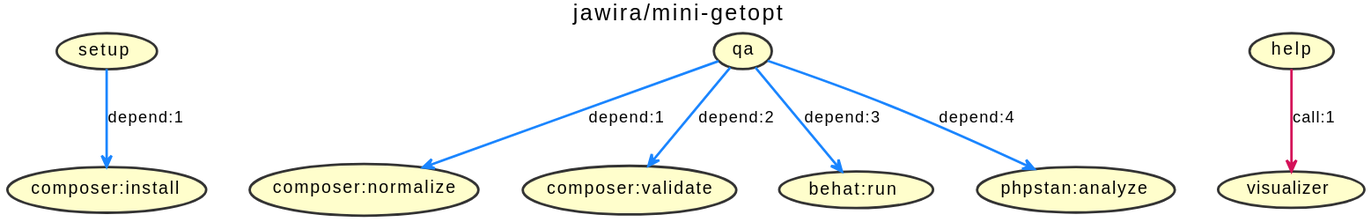
jawira/mini-getopt keeps this PlantUML diagram as build.svg. Above is the earlier version.
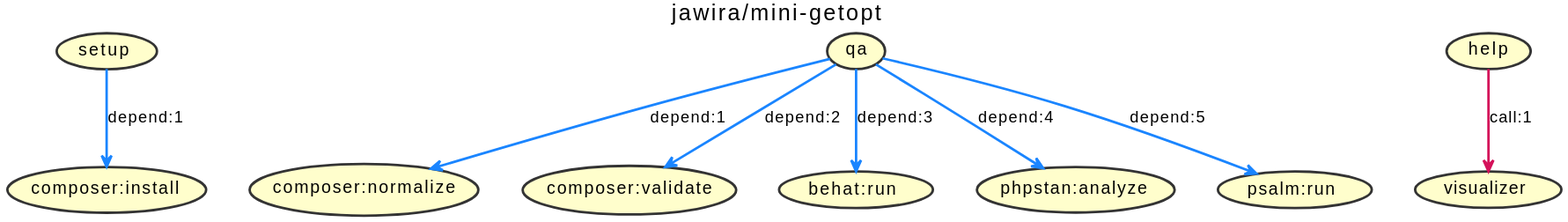
The same file after the commit.

The edit, as a diff of the source:
```diff
@@ -19,6 +19,7 @@
 (qa) -[#1A85FF]-> (composer:validate) : depend:2
 (qa) -[#1A85FF]-> (behat:run) : depend:3
 (qa) -[#1A85FF]-> (phpstan:analyze) : depend:4
+(qa) -[#1A85FF]-> (psalm:run) : depend:5
 (help) -[#D41159]-> (visualizer) : call:1
 (setup)
 (qa)
@@ -27,6 +28,7 @@
 (composer:normalize)
 (behat:run)
 (phpstan:analyze)
+(psalm:run)
 (help)
 (visualizer)
 @enduml
```
